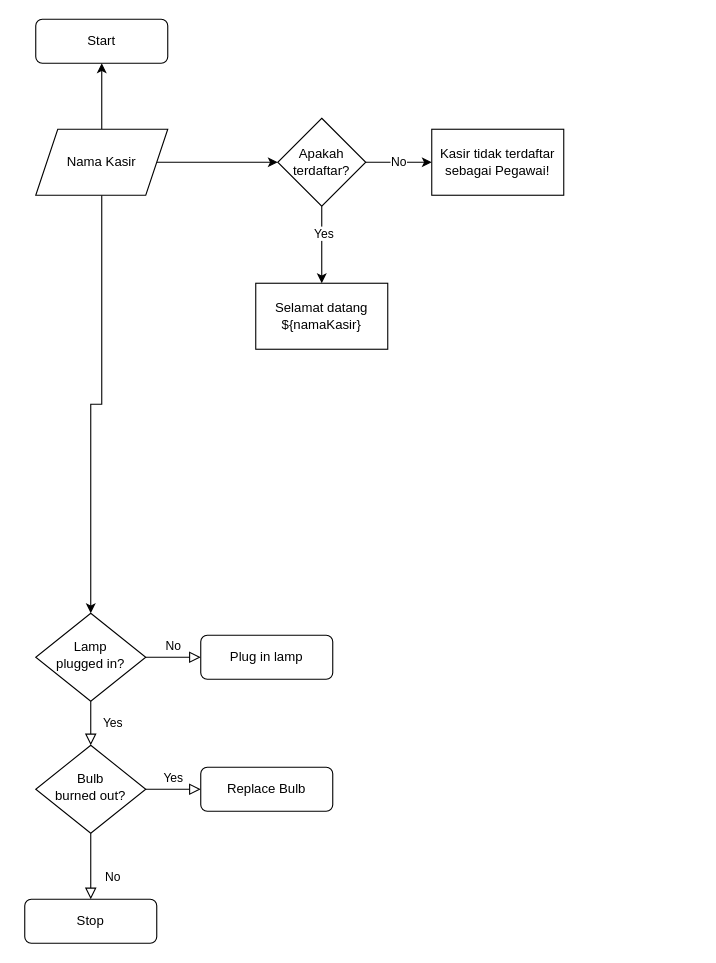
Earlier version of the draw.io diagram Untitled Diagram.drawio (KiroFyzu/Praktikum8). Source tidied: cells renumbered, new cells numbered last; positions are measured from the earlier drawing's top-left corner, leaving out a move shared by most shapes. Both pictures are drawn from the tidied source at 110%, with x=0, y=0 at pixel (24, 19).
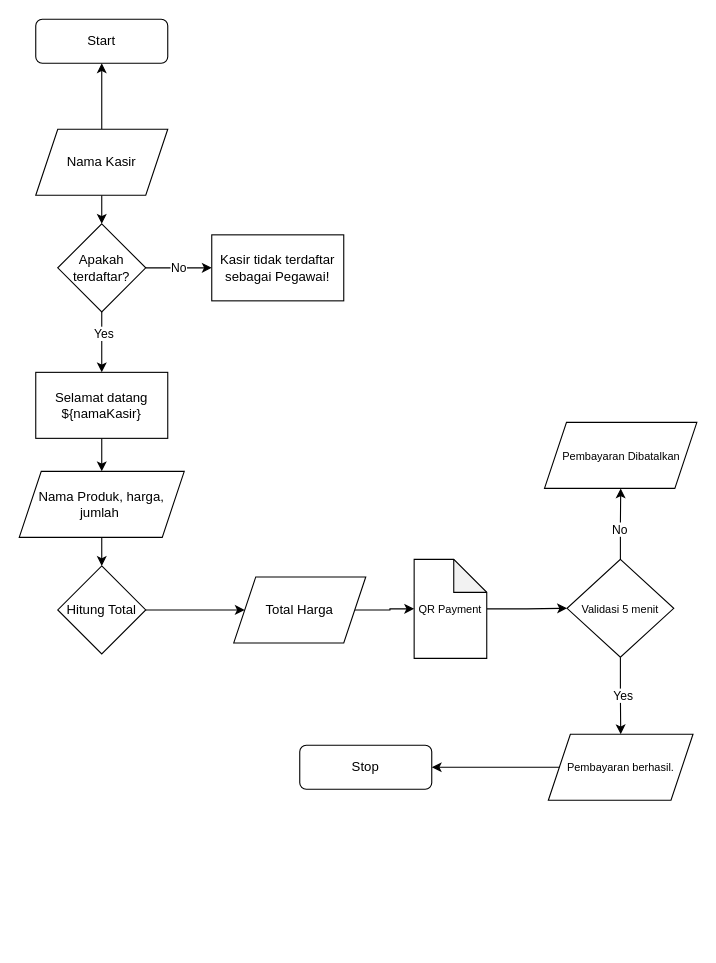
After the change.

Unchanged cells that the change refers to:
```xml
<mxCell id="15" value="Nama Kasir" style="shape=parallelogram;perimeter=parallelogramPerimeter;whiteSpace=wrap;html=1;fixedSize=1;" parent="1" vertex="1">
  <mxGeometry x="10" y="100" width="120" height="60" as="geometry" />
</mxCell>
```

The edit, as a diff of the source:
```diff
@@
-    <mxCell id="3" value="Yes" style="rounded=0;html=1;jettySize=auto;fontSize=11;endArrow=block;endFill=0;endSize=8;strokeWidth=1;shadow=0;labelBackgroundColor=none;edgeStyle=orthogonalEdgeStyle;" parent="1" edge="1" source="5" target="9">
-      <mxGeometry y="20" relative="1" as="geometry" />
+    <mxCell id="3" value="Yes" style="rounded=0;html=1;jettySize=auto;orthogonalLoop=1;fontSize=11;endArrow=block;endFill=0;endSize=8;strokeWidth=1;shadow=0;labelBackgroundColor=none;edgeStyle=orthogonalEdgeStyle;" parent="1" edge="1">
+      <mxGeometry y="20" relative="1" as="geometry">
+        <mxPoint x="160" y="860" as="targetPoint" />
+      </mxGeometry>
     </mxCell>
-    <mxCell id="4" value="No" style="edgeStyle=orthogonalEdgeStyle;rounded=0;html=1;jettySize=auto;fontSize=11;endArrow=block;endFill=0;endSize=8;strokeWidth=1;shadow=0;labelBackgroundColor=none;" parent="1" edge="1" source="5" target="6">
-      <mxGeometry y="10" relative="1" as="geometry" />
+    <mxCell id="4" value="No" style="edgeStyle=orthogonalEdgeStyle;rounded=0;html=1;jettySize=auto;orthogonalLoop=1;fontSize=11;endArrow=block;endFill=0;endSize=8;strokeWidth=1;shadow=0;labelBackgroundColor=none;" parent="1" edge="1">
+      <mxGeometry y="10" relative="1" as="geometry">
+        <mxPoint x="260" y="780" as="targetPoint" />
+      </mxGeometry>
     </mxCell>
-    <mxCell id="5" value="Lamp&lt;br&gt;plugged in?" style="rhombus;whiteSpace=wrap;html=1;shadow=0;fontFamily=Helvetica;fontSize=12;align=center;strokeWidth=1;spacing=6;spacingTop=-4;" parent="1" vertex="1">
-      <mxGeometry x="10" y="540" width="100" height="80" as="geometry" />
-    </mxCell>
-    <mxCell id="6" value="Plug in lamp" style="rounded=1;whiteSpace=wrap;html=1;fontSize=12;glass=0;strokeWidth=1;shadow=0;" parent="1" vertex="1">
-      <mxGeometry x="160" y="560" width="120" height="40" as="geometry" />
-    </mxCell>
-    <mxCell id="7" value="No" style="rounded=0;html=1;jettySize=auto;fontSize=11;endArrow=block;endFill=0;endSize=8;strokeWidth=1;shadow=0;labelBackgroundColor=none;edgeStyle=orthogonalEdgeStyle;" parent="1" edge="1" source="9" target="10">
-      <mxGeometry x="0.33" y="20" relative="1" as="geometry" />
-    </mxCell>
-    <mxCell id="8" value="Yes" style="edgeStyle=orthogonalEdgeStyle;rounded=0;html=1;jettySize=auto;fontSize=11;endArrow=block;endFill=0;endSize=8;strokeWidth=1;shadow=0;labelBackgroundColor=none;" parent="1" edge="1" source="9" target="11">
-      <mxGeometry y="10" relative="1" as="geometry" />
+    <mxCell id="8" value="Yes" style="edgeStyle=orthogonalEdgeStyle;rounded=0;html=1;jettySize=auto;orthogonalLoop=1;fontSize=11;endArrow=block;endFill=0;endSize=8;strokeWidth=1;shadow=0;labelBackgroundColor=none;" parent="1" edge="1">
+      <mxGeometry y="10" relative="1" as="geometry">
+        <mxPoint x="210" y="900" as="sourcePoint" />
+      </mxGeometry>
     </mxCell>
-    <mxCell id="9" value="Bulb&lt;br&gt;burned out?" style="rhombus;whiteSpace=wrap;html=1;shadow=0;fontFamily=Helvetica;fontSize=12;align=center;strokeWidth=1;spacing=6;spacingTop=-4;" parent="1" vertex="1">
-      <mxGeometry x="10" y="660" width="100" height="80" as="geometry" />
-    </mxCell>
     <mxCell id="10" value="Stop" style="rounded=1;whiteSpace=wrap;html=1;fontSize=12;glass=0;strokeWidth=1;shadow=0;" parent="1" vertex="1">
-      <mxGeometry y="800" width="120" height="40" as="geometry" />
+      <mxGeometry x="250" y="660" width="120" height="40" as="geometry" />
     </mxCell>
-    <mxCell id="11" value="Replace Bulb" style="rounded=1;whiteSpace=wrap;html=1;fontSize=12;glass=0;strokeWidth=1;shadow=0;" parent="1" vertex="1">
-      <mxGeometry x="160" y="680" width="120" height="40" as="geometry" />
-    </mxCell>
@@
-    <mxCell id="13" style="edgeStyle=orthogonalEdgeStyle;rounded=0;jettySize=auto;html=1;entryX=0.5;entryY=0;entryDx=0;entryDy=0;" parent="1" edge="1" source="15" target="5">
-      <mxGeometry relative="1" as="geometry" />
-    </mxCell>
@@
     <mxCell id="19" value="Apakah terdaftar?" style="rhombus;whiteSpace=wrap;html=1;" parent="1" vertex="1">
-      <mxGeometry x="230" y="90" width="80" height="80" as="geometry" />
+      <mxGeometry x="30" y="186" width="80" height="80" as="geometry" />
     </mxCell>
     <mxCell id="20" value="Kasir tidak terdaftar sebagai Pegawai!" style="whiteSpace=wrap;html=1;" parent="1" vertex="1">
-      <mxGeometry x="370" y="100" width="120" height="60" as="geometry" />
+      <mxGeometry x="170" y="196" width="120" height="60" as="geometry" />
     </mxCell>
+    <mxCell id="22" style="edgeStyle=orthogonalEdgeStyle;rounded=0;jettySize=auto;html=1;" parent="1" edge="1" source="21" target="24">
+      <mxGeometry relative="1" as="geometry" />
+    </mxCell>
     <mxCell id="21" value="Selamat datang ${namaKasir}" style="whiteSpace=wrap;html=1;" parent="1" vertex="1">
-      <mxGeometry x="210" y="240" width="120" height="60" as="geometry" />
+      <mxGeometry x="10" y="321" width="120" height="60" as="geometry" />
     </mxCell>
+    <mxCell id="23" style="edgeStyle=orthogonalEdgeStyle;rounded=0;jettySize=auto;html=1;" parent="1" edge="1" source="24" target="25">
+      <mxGeometry relative="1" as="geometry" />
+    </mxCell>
+    <mxCell id="24" value="Nama Produk, harga, jumlah&amp;nbsp;" style="shape=parallelogram;perimeter=parallelogramPerimeter;whiteSpace=wrap;html=1;fixedSize=1;" parent="1" vertex="1">
+      <mxGeometry x="-5" y="411" width="150" height="60" as="geometry" />
+    </mxCell>
+    <mxCell id="25" value="Hitung Total" style="rhombus;whiteSpace=wrap;html=1;" parent="1" vertex="1">
+      <mxGeometry x="30" y="497" width="80" height="80" as="geometry" />
+    </mxCell>
+    <mxCell id="26" style="edgeStyle=orthogonalEdgeStyle;rounded=0;jettySize=auto;html=1;" parent="1" edge="1" source="27" target="30">
+      <mxGeometry relative="1" as="geometry" />
+    </mxCell>
+    <mxCell id="27" value="Total Harga" style="shape=parallelogram;perimeter=parallelogramPerimeter;whiteSpace=wrap;html=1;fixedSize=1;" parent="1" vertex="1">
+      <mxGeometry x="190" y="507" width="120" height="60" as="geometry" />
+    </mxCell>
+    <mxCell id="28" style="endArrow=classic;html=1;rounded=0;exitX=1;exitY=0.5;exitDx=0;exitDy=0;entryX=0;entryY=0.5;entryDx=0;entryDy=0;" parent="1" edge="1" source="25" target="27">
+      <mxGeometry relative="1" as="geometry" />
+    </mxCell>
+    <mxCell id="29" style="edgeStyle=orthogonalEdgeStyle;rounded=0;jettySize=auto;html=1;" parent="1" edge="1" source="30" target="34">
+      <mxGeometry relative="1" as="geometry" />
+    </mxCell>
+    <mxCell id="30" value="QR Payment" style="shape=note;whiteSpace=wrap;html=1;backgroundOutline=1;darkOpacity=0.05;fontSize=10;" parent="1" vertex="1">
+      <mxGeometry x="354" y="491" width="66" height="90" as="geometry" />
+    </mxCell>
+    <mxCell id="31" style="edgeStyle=orthogonalEdgeStyle;rounded=0;jettySize=auto;html=1;" parent="1" edge="1" source="34" target="35">
+      <mxGeometry relative="1" as="geometry" />
+    </mxCell>
+    <mxCell id="7" value="No" style="edgeLabel;html=1;align=center;verticalAlign=middle;" parent="31" vertex="1">
+      <mxGeometry x="-0.15" y="1" relative="1" as="geometry" />
+    </mxCell>
+    <mxCell id="32" style="edgeStyle=orthogonalEdgeStyle;rounded=0;jettySize=auto;html=1;" parent="1" edge="1" source="34" target="36">
+      <mxGeometry relative="1" as="geometry" />
+    </mxCell>
+    <mxCell id="33" value="Yes" style="edgeLabel;html=1;align=center;verticalAlign=middle;" parent="32" vertex="1">
+      <mxGeometry x="-0.02" y="2" relative="1" as="geometry" />
+    </mxCell>
+    <mxCell id="34" value="Validasi 5 menit" style="rhombus;whiteSpace=wrap;html=1;fontSize=10;" parent="1" vertex="1">
+      <mxGeometry x="493" y="491" width="97" height="89" as="geometry" />
+    </mxCell>
+    <mxCell id="35" value="Pembayaran Dibatalkan" style="shape=parallelogram;perimeter=parallelogramPerimeter;whiteSpace=wrap;html=1;fixedSize=1;fontSize=10;" parent="1" vertex="1">
+      <mxGeometry x="472.5" y="366.5" width="138.5" height="60" as="geometry" />
+    </mxCell>
+    <mxCell id="36" value="Pembayaran berhasil." style="shape=parallelogram;perimeter=parallelogramPerimeter;whiteSpace=wrap;html=1;fixedSize=1;fontSize=10;" parent="1" vertex="1">
+      <mxGeometry x="476" y="650" width="131.5" height="60" as="geometry" />
+    </mxCell>
+    <mxCell id="37" style="endArrow=classic;html=1;rounded=0;entryX=1;entryY=0.5;entryDx=0;entryDy=0;exitX=0;exitY=0.5;exitDx=0;exitDy=0;" parent="1" edge="1" source="36" target="10">
+      <mxGeometry relative="1" as="geometry" />
+    </mxCell>
```
